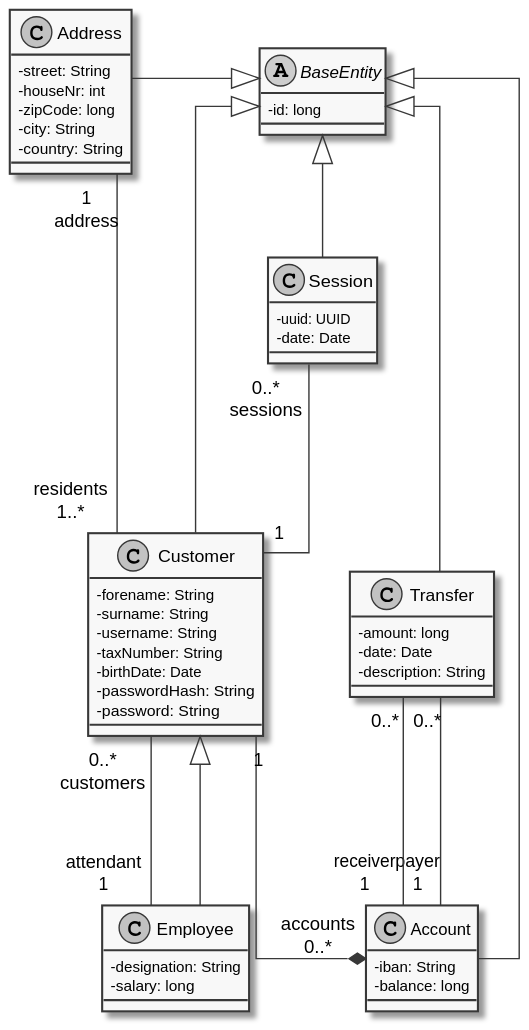
Earlier version of the PlantUML export documentation/diagrams/generatedDiagrams/DiagramClass_BankingService.svg (SteffBauer/sw_project).
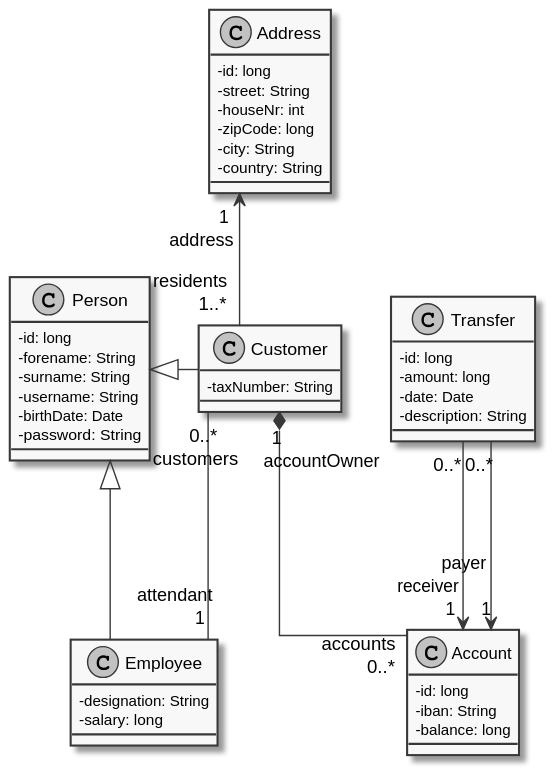
After the change.

Diff of the diagram source:
```diff
@@ -3,16 +3,15 @@
 skinparam linetype ortho
 skinparam monochrome true
 
-abstract class BaseEntity{
-   - id: long
-}
 
 class Account{
+  - id: long
   - iban: String
   - balance: long
 }
 
 class Address{
+  - id: long
   - street: String
   - houseNr: int
   - zipCode: long
@@ -20,13 +19,12 @@
   - country: String
 }
 
-class Customer{
+class Person{
+  - id: long
   - forename: String
   - surname: String
   - username: String
-  - taxNumber: String
   - birthDate: Date
-  - passwordHash: String
   - password: String
 }
 
@@ -35,33 +33,31 @@
    - salary: long
 }
 
-class Session{
-  - uuid: UUID
-  - date: Date
+class Customer{
+  - taxNumber: String
 }
 
+
 class Transfer{
+  - id: long
   - amount: long
   - date: Date
   - description: String
 }
 
-BaseEntity <|-- Account
-BaseEntity <|-left- Address
-BaseEntity <|-- Customer
-BaseEntity <|-- Session
-BaseEntity <|-- Transfer
 
-Session "0..*\nsessions" --- "1" Customer
-Customer "1" ---* "accounts\n0..*" Account
-Address "1\naddress" --- "residents\n1..*" Customer
-Transfer "0..*" --- "payer\n1" Account
-Transfer "0..*" --- "receiver\n1" Account
-Customer "0..*\ncustomers" --- "attendant\n1" Employee
+Customer "1\n\t\taccountOwner" *--- "accounts\n\t0..*" Account
+Address "\t1\naddress" <-- "residents\n\t1..*" Customer
+Transfer "0..*" --> "payer\n\n\t1" Account
+Transfer "0..*" --> "receiver\n\t1" Account
+Customer "0..*\ncustomers\t  " --- "attendant\n         1" Employee
 
 
-Customer <|-- Employee
+Person <|-- Employee
+Person <|-right-- Customer
 
 Address -[hidden]-> Customer
+Address -[hidden]-> Transfer
+Account -[hidden]> Transfer
 
 @enduml
```
